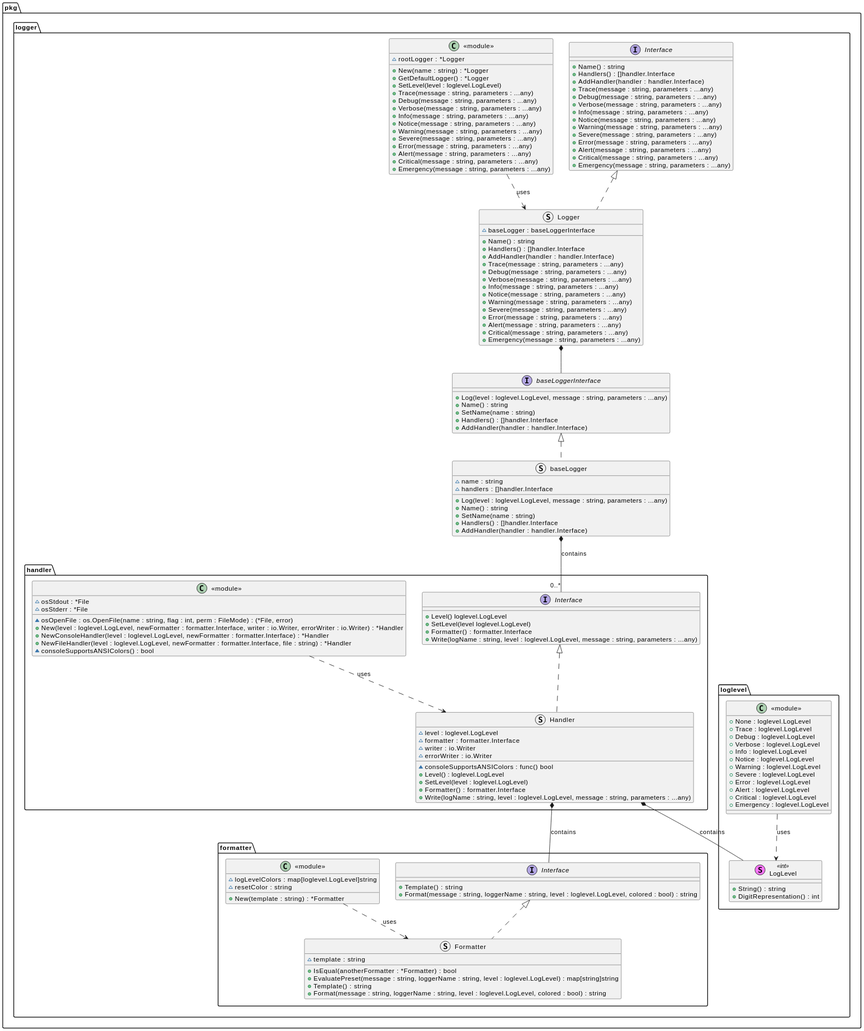
Above: docs/architecture/diagrams/svg/class_diagram.svg in dl1998/go-logging (PlantUML), before the change. Source of this version:
```plantuml
@startuml
top to bottom direction

package pkg.logger {
    package formatter {
        interface Interface {
            + Template() : string
            + Format(message : string, loggerName : string, level : loglevel.LogLevel, colored : bool) : string
        }

        struct Formatter implements Interface {
            ~ template : string
            + IsEqual(anotherFormatter : *Formatter) : bool
            + EvaluatePreset(message : string, loggerName : string, level : loglevel.LogLevel) : map[string]string
            + Template() : string
            + Format(message : string, loggerName : string, level : loglevel.LogLevel, colored : bool) : string
        }

        class "<<module>>" {
            ~ logLevelColors : map[loglevel.LogLevel]string
            ~ resetColor : string
            + New(template : string) : *Formatter
        }

        "<<module>>" ..> Formatter : uses
    }
    package handler {
        interface Interface {
            + Level() loglevel.LogLevel
            + SetLevel(level loglevel.LogLevel)
            + Formatter() : formatter.Interface
            + Write(logName : string, level : loglevel.LogLevel, message : string, parameters : ...any)
        }
        struct Handler implements Interface {
            ~ level : loglevel.LogLevel
            ~ formatter : formatter.Interface
            ~ writer : io.Writer
            ~ errorWriter : io.Writer
            ~ consoleSupportsANSIColors : func() bool
            + Level() : loglevel.LogLevel
            + SetLevel(level : loglevel.LogLevel)
            + Formatter() : formatter.Interface
            + Write(logName : string, level : loglevel.LogLevel, message : string, parameters : ...any)
        }
        class "<<module>>" {
            ~ osOpenFile : os.OpenFile(name : string, flag : int, perm : FileMode) : (*File, error)
            ~ osStdout : *File
            ~ osStderr : *File
            + New(level : loglevel.LogLevel, newFormatter : formatter.Interface, writer : io.Writer, errorWriter : io.Writer) : *Handler
            + NewConsoleHandler(level : loglevel.LogLevel, newFormatter : formatter.Interface) : *Handler
            + NewFileHandler(level : loglevel.LogLevel, newFormatter : formatter.Interface, file : string) : *Handler
            ~ consoleSupportsANSIColors() : bool
        }

        "<<module>>" ..> Handler : uses
    }
    package loglevel {
        stereotype LogLevel <<int>> {
            + String() : string
            + DigitRepresentation() : int
        }
        class "<<module>>" {
            + None : loglevel.LogLevel
            + Trace : loglevel.LogLevel
            + Debug : loglevel.LogLevel
            + Verbose : loglevel.LogLevel
            + Info : loglevel.LogLevel
            + Notice : loglevel.LogLevel
            + Warning : loglevel.LogLevel
            + Severe : loglevel.LogLevel
            + Error : loglevel.LogLevel
            + Alert : loglevel.LogLevel
            + Critical : loglevel.LogLevel
            + Emergency : loglevel.LogLevel
        }
        "<<module>>" ..> LogLevel : uses
    }
    interface baseLoggerInterface {
        + Log(level : loglevel.LogLevel, message : string, parameters : ...any)
        + Name() : string
        + SetName(name : string)
        + Handlers() : []handler.Interface
        + AddHandler(handler : handler.Interface)
    }
    struct baseLogger implements baseLoggerInterface {
        ~ name : string
        ~ handlers : []handler.Interface
        + Log(level : loglevel.LogLevel, message : string, parameters : ...any)
        + Name() : string
        + SetName(name : string)
        + Handlers() : []handler.Interface
        + AddHandler(handler : handler.Interface)
    }
    interface Interface {
        + Name() : string
        + Handlers() : []handler.Interface
        + AddHandler(handler : handler.Interface)
        + Trace(message : string, parameters : ...any)
        + Debug(message : string, parameters : ...any)
        + Verbose(message : string, parameters : ...any)
        + Info(message : string, parameters : ...any)
        + Notice(message : string, parameters : ...any)
        + Warning(message : string, parameters : ...any)
        + Severe(message : string, parameters : ...any)
        + Error(message : string, parameters : ...any)
        + Alert(message : string, parameters : ...any)
        + Critical(message : string, parameters : ...any)
        + Emergency(message : string, parameters : ...any)
    }
    struct Logger implements Interface {
        ~ baseLogger : baseLoggerInterface
        + Name() : string
        + Handlers() : []handler.Interface
        + AddHandler(handler : handler.Interface)
        + Trace(message : string, parameters : ...any)
        + Debug(message : string, parameters : ...any)
        + Verbose(message : string, parameters : ...any)
        + Info(message : string, parameters : ...any)
        + Notice(message : string, parameters : ...any)
        + Warning(message : string, parameters : ...any)
        + Severe(message : string, parameters : ...any)
        + Error(message : string, parameters : ...any)
        + Alert(message : string, parameters : ...any)
        + Critical(message : string, parameters : ...any)
        + Emergency(message : string, parameters : ...any)
    }
    class "<<module>>" {
        ~ rootLogger : *Logger
        + New(name : string) : *Logger
        + GetDefaultLogger() : *Logger
        + SetLevel(level : loglevel.LogLevel)
        + Trace(message : string, parameters : ...any)
        + Debug(message : string, parameters : ...any)
        + Verbose(message : string, parameters : ...any)
        + Info(message : string, parameters : ...any)
        + Notice(message : string, parameters : ...any)
        + Warning(message : string, parameters : ...any)
        + Severe(message : string, parameters : ...any)
        + Error(message : string, parameters : ...any)
        + Alert(message : string, parameters : ...any)
        + Critical(message : string, parameters : ...any)
        + Emergency(message : string, parameters : ...any)
    }

    Logger *-- baseLoggerInterface
    "<<module>>" ..> Logger : uses
}

pkg.logger.handler.Handler *-- pkg.logger.loglevel.LogLevel : contains
pkg.logger.handler.Handler *-- pkg.logger.formatter.Interface : contains
pkg.logger.baseLogger *-- "0..*" pkg.logger.handler.Interface : contains
@enduml
```
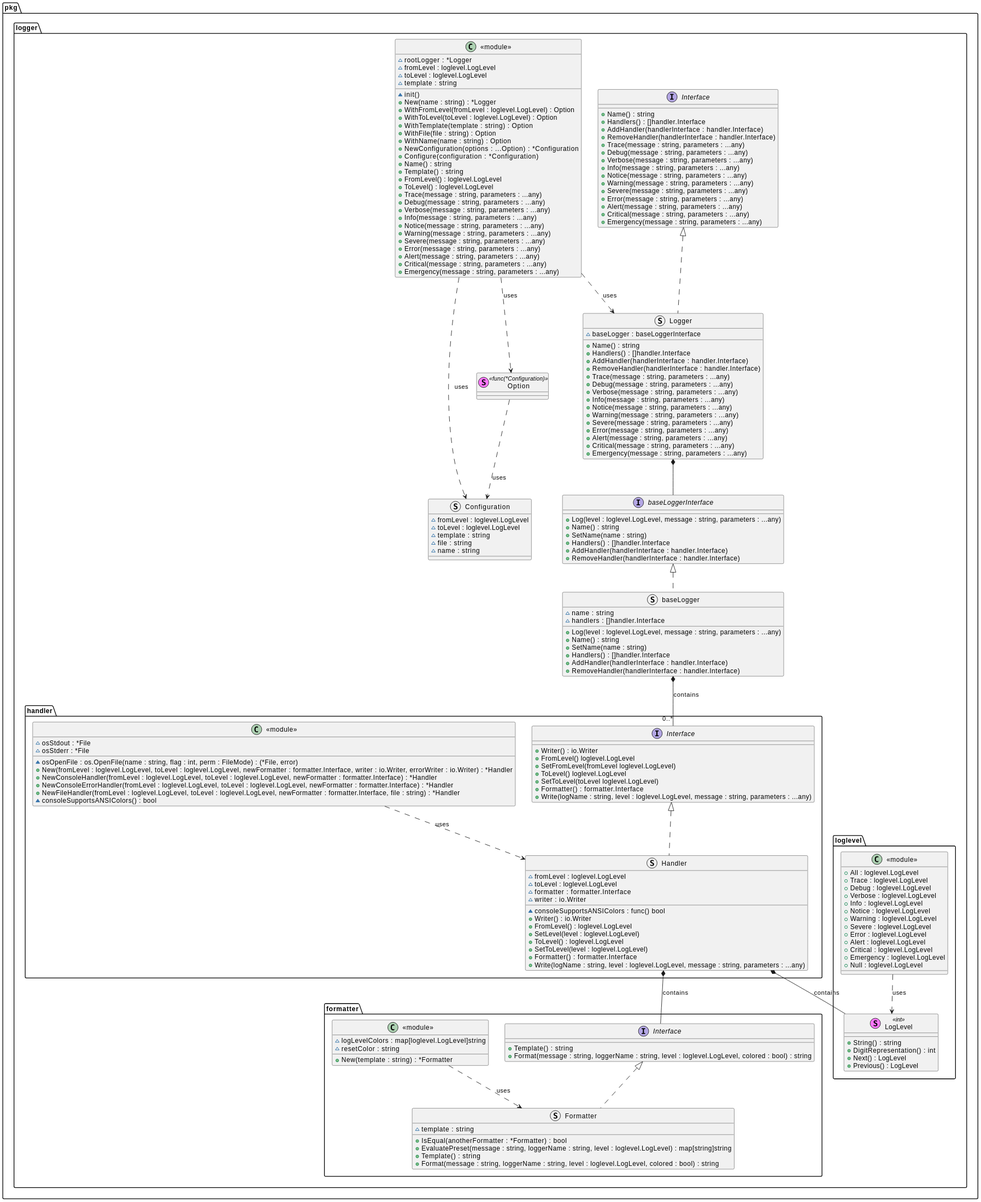
The same diagram one commit later.

Commit message:
Update class diagram

What changed in the source:
```diff
@@ -26,19 +26,25 @@
     }
     package handler {
         interface Interface {
-            + Level() loglevel.LogLevel
-            + SetLevel(level loglevel.LogLevel)
+            + Writer() : io.Writer
+            + FromLevel() loglevel.LogLevel
+            + SetFromLevel(fromLevel loglevel.LogLevel)
+            + ToLevel() loglevel.LogLevel
+            + SetToLevel(toLevel loglevel.LogLevel)
             + Formatter() : formatter.Interface
             + Write(logName : string, level : loglevel.LogLevel, message : string, parameters : ...any)
         }
         struct Handler implements Interface {
-            ~ level : loglevel.LogLevel
+            ~ fromLevel : loglevel.LogLevel
+            ~ toLevel : loglevel.LogLevel
             ~ formatter : formatter.Interface
             ~ writer : io.Writer
-            ~ errorWriter : io.Writer
             ~ consoleSupportsANSIColors : func() bool
-            + Level() : loglevel.LogLevel
+            + Writer() : io.Writer
+            + FromLevel() : loglevel.LogLevel
             + SetLevel(level : loglevel.LogLevel)
+            + ToLevel() : loglevel.LogLevel
+            + SetToLevel(level : loglevel.LogLevel)
             + Formatter() : formatter.Interface
             + Write(logName : string, level : loglevel.LogLevel, message : string, parameters : ...any)
         }
@@ -46,9 +52,10 @@
             ~ osOpenFile : os.OpenFile(name : string, flag : int, perm : FileMode) : (*File, error)
             ~ osStdout : *File
             ~ osStderr : *File
-            + New(level : loglevel.LogLevel, newFormatter : formatter.Interface, writer : io.Writer, errorWriter : io.Writer) : *Handler
-            + NewConsoleHandler(level : loglevel.LogLevel, newFormatter : formatter.Interface) : *Handler
-            + NewFileHandler(level : loglevel.LogLevel, newFormatter : formatter.Interface, file : string) : *Handler
+            + New(fromLevel : loglevel.LogLevel, toLevel : loglevel.LogLevel, newFormatter : formatter.Interface, writer : io.Writer, errorWriter : io.Writer) : *Handler
+            + NewConsoleHandler(fromLevel : loglevel.LogLevel, toLevel : loglevel.LogLevel, newFormatter : formatter.Interface) : *Handler
+            + NewConsoleErrorHandler(fromLevel : loglevel.LogLevel, toLevel : loglevel.LogLevel, newFormatter : formatter.Interface) : *Handler
+            + NewFileHandler(fromLevel : loglevel.LogLevel, toLevel : loglevel.LogLevel, newFormatter : formatter.Interface, file : string) : *Handler
             ~ consoleSupportsANSIColors() : bool
         }
 
@@ -58,9 +65,11 @@
         stereotype LogLevel <<int>> {
             + String() : string
             + DigitRepresentation() : int
+            + Next() : LogLevel
+            + Previous() : LogLevel
         }
         class "<<module>>" {
-            + None : loglevel.LogLevel
+            + All : loglevel.LogLevel
             + Trace : loglevel.LogLevel
             + Debug : loglevel.LogLevel
             + Verbose : loglevel.LogLevel
@@ -72,6 +81,7 @@
             + Alert : loglevel.LogLevel
             + Critical : loglevel.LogLevel
             + Emergency : loglevel.LogLevel
+            + Null : loglevel.LogLevel
         }
         "<<module>>" ..> LogLevel : uses
     }
@@ -80,7 +90,8 @@
         + Name() : string
         + SetName(name : string)
         + Handlers() : []handler.Interface
-        + AddHandler(handler : handler.Interface)
+        + AddHandler(handlerInterface : handler.Interface)
+        + RemoveHandler(handlerInterface : handler.Interface)
     }
     struct baseLogger implements baseLoggerInterface {
         ~ name : string
@@ -89,12 +100,14 @@
         + Name() : string
         + SetName(name : string)
         + Handlers() : []handler.Interface
-        + AddHandler(handler : handler.Interface)
+        + AddHandler(handlerInterface : handler.Interface)
+        + RemoveHandler(handlerInterface : handler.Interface)
     }
     interface Interface {
         + Name() : string
         + Handlers() : []handler.Interface
-        + AddHandler(handler : handler.Interface)
+        + AddHandler(handlerInterface : handler.Interface)
+        + RemoveHandler(handlerInterface : handler.Interface)
         + Trace(message : string, parameters : ...any)
         + Debug(message : string, parameters : ...any)
         + Verbose(message : string, parameters : ...any)
@@ -111,7 +124,8 @@
         ~ baseLogger : baseLoggerInterface
         + Name() : string
         + Handlers() : []handler.Interface
-        + AddHandler(handler : handler.Interface)
+        + AddHandler(handlerInterface : handler.Interface)
+        + RemoveHandler(handlerInterface : handler.Interface)
         + Trace(message : string, parameters : ...any)
         + Debug(message : string, parameters : ...any)
         + Verbose(message : string, parameters : ...any)
@@ -124,11 +138,32 @@
         + Critical(message : string, parameters : ...any)
         + Emergency(message : string, parameters : ...any)
     }
+    struct Configuration {
+        ~ fromLevel : loglevel.LogLevel
+        ~ toLevel : loglevel.LogLevel
+        ~ template : string
+        ~ file : string
+        ~ name : string
+    }
+    stereotype Option <<func(*Configuration)>> {}
     class "<<module>>" {
         ~ rootLogger : *Logger
+        ~ fromLevel : loglevel.LogLevel
+        ~ toLevel : loglevel.LogLevel
+        ~ template : string
+        ~ init()
         + New(name : string) : *Logger
-        + GetDefaultLogger() : *Logger
-        + SetLevel(level : loglevel.LogLevel)
+        + WithFromLevel(fromLevel : loglevel.LogLevel) : Option
+        + WithToLevel(toLevel : loglevel.LogLevel) : Option
+        + WithTemplate(template : string) : Option
+        + WithFile(file : string) : Option
+        + WithName(name : string) : Option
+        + NewConfiguration(options : ...Option) : *Configuration
+        + Configure(configuration : *Configuration)
+        + Name() : string
+        + Template() : string
+        + FromLevel() : loglevel.LogLevel
+        + ToLevel() : loglevel.LogLevel
         + Trace(message : string, parameters : ...any)
         + Debug(message : string, parameters : ...any)
         + Verbose(message : string, parameters : ...any)
@@ -144,6 +179,9 @@
 
     Logger *-- baseLoggerInterface
     "<<module>>" ..> Logger : uses
+    "<<module>>" ..> Option : uses
+    "<<module>>" ..> Configuration : uses
+    Option ..> Configuration : uses
 }
 
 pkg.logger.handler.Handler *-- pkg.logger.loglevel.LogLevel : contains
```
